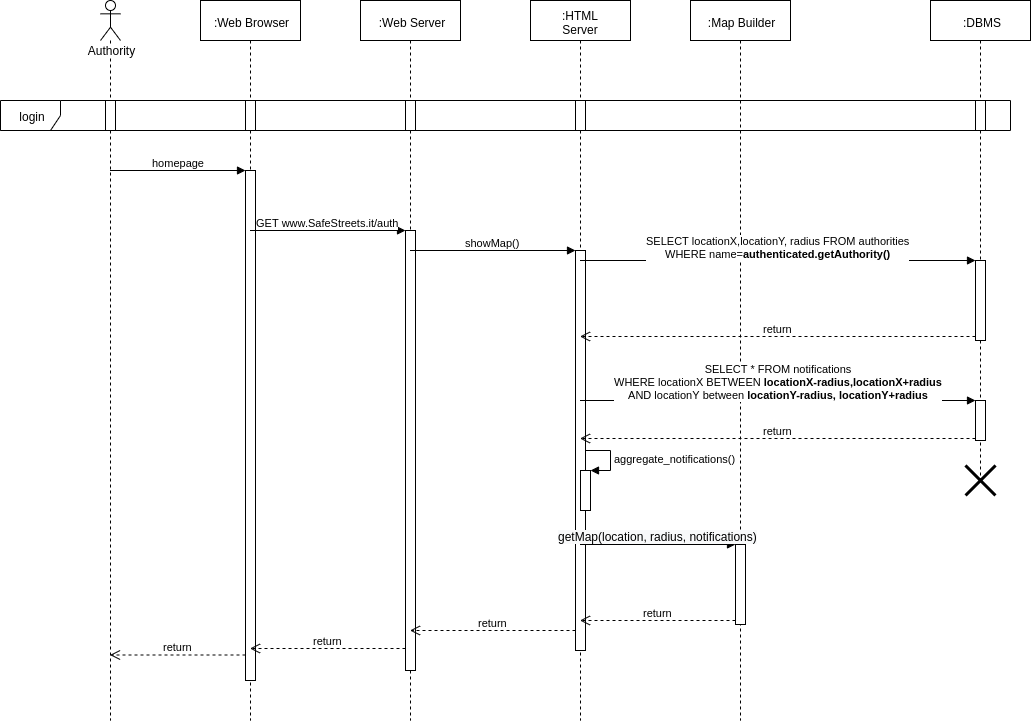
University-Projects-Secco/RahbariSecco keeps this draw.io diagram as DD/images/See_statistics_sequence_diagram.png. Above is the earlier version. Source tidied: cells renumbered, new cells last; positions are measured from the earlier drawing's top-left corner, leaving out a move shared by most shapes.
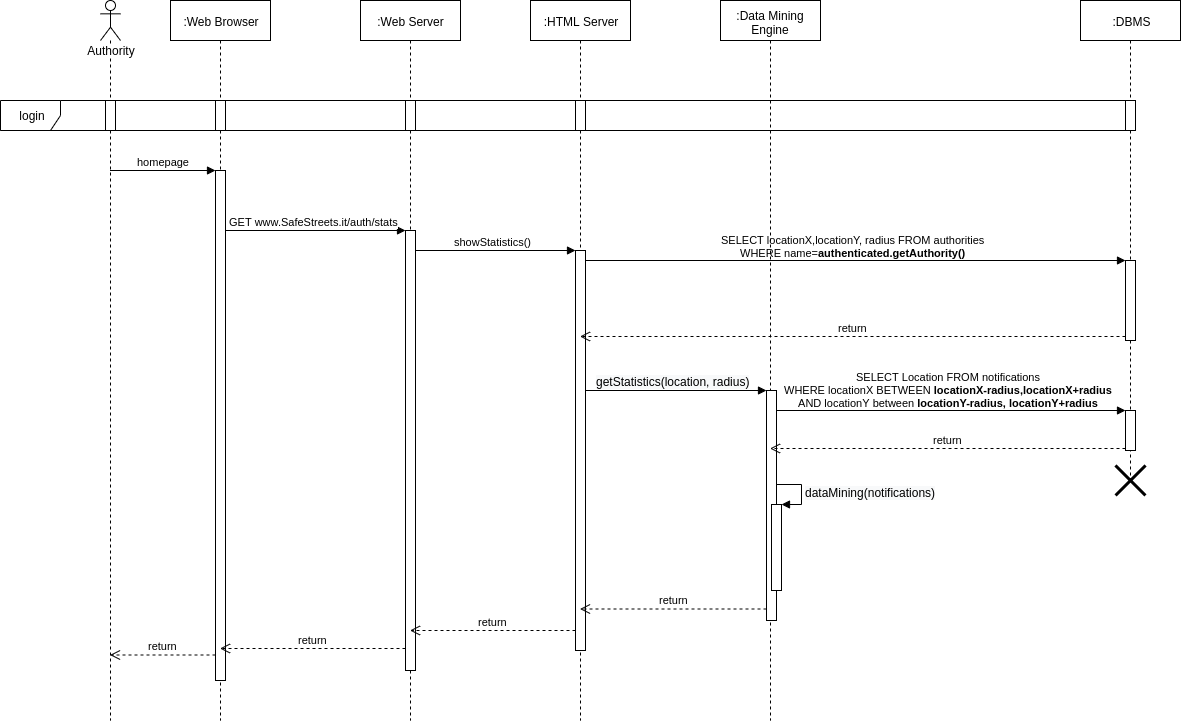
Later version of the same file.

Diff of the diagram source:
```diff
@@ -2,8 +2,25 @@
   <root>
     <mxCell id="0" />
     <mxCell id="1" parent="0" />
+    <mxCell id="20" value="GET www.SafeStreets.it/auth/stats" style="html=1;verticalAlign=bottom;endArrow=block;entryX=0;entryY=0;" parent="1" edge="1" source="15" target="7">
+      <mxGeometry relative="1" as="geometry" />
+    </mxCell>
+    <mxCell id="27" value="showStatistics()" style="html=1;verticalAlign=bottom;endArrow=block;entryX=0;entryY=0;" parent="1" edge="1" target="24">
+      <mxGeometry relative="1" as="geometry">
+        <mxPoint x="409.5" y="250" as="sourcePoint" />
+      </mxGeometry>
+    </mxCell>
+    <mxCell id="29" value="SELECT locationX,locationY, radius&amp;nbsp;FROM authorities&lt;br&gt;WHERE name=&lt;b&gt;authenticated.getAuthority()&lt;/b&gt;" style="html=1;verticalAlign=bottom;endArrow=block;entryX=0;entryY=0;" parent="1" edge="1" source="22" target="12">
+      <mxGeometry relative="1" as="geometry" />
+    </mxCell>
+    <mxCell id="33" value="&lt;span style=&quot;font-size: 12px ; text-align: left ; background-color: rgb(248 , 249 , 250)&quot;&gt;getStatistics(location, radius)&lt;/span&gt;" style="html=1;verticalAlign=bottom;endArrow=block;entryX=0;entryY=0;" parent="1" edge="1" source="22" target="9">
+      <mxGeometry relative="1" as="geometry" />
+    </mxCell>
+    <mxCell id="31" value="SELECT Location FROM notifications&lt;br&gt;WHERE locationX BETWEEN &lt;b&gt;locationX-radius,locationX+radius&lt;/b&gt;&lt;br&gt;AND locationY between&lt;b&gt; locationY-radius, locationY+radius&lt;br&gt;&lt;/b&gt;" style="html=1;verticalAlign=bottom;endArrow=block;entryX=0;entryY=0;" parent="1" edge="1" source="8" target="13">
+      <mxGeometry relative="1" as="geometry" />
+    </mxCell>
     <mxCell id="2" value="login" style="shape=umlFrame;whiteSpace=wrap;html=1;" parent="1" vertex="1">
-      <mxGeometry y="100" width="1010" height="30" as="geometry" />
+      <mxGeometry y="100" width="1130" height="30" as="geometry" />
     </mxCell>
     <mxCell id="3" value="Authority" style="shape=umlLifeline;participant=umlActor;perimeter=lifelinePerimeter;whiteSpace=wrap;html=1;verticalAlign=top;spacingTop=36;labelBackgroundColor=#ffffff;outlineConnect=0;" parent="1" vertex="1">
       <mxGeometry x="100" width="20" height="720" as="geometry" />
@@ -20,14 +37,25 @@
     <mxCell id="7" style="html=1;points=[];perimeter=orthogonalPerimeter;" parent="5" vertex="1">
       <mxGeometry x="45" y="230" width="10" height="440" as="geometry" />
     </mxCell>
-    <mxCell id="8" value=":Map Builder&lt;span style=&quot;color: rgba(0 , 0 , 0 , 0) ; font-family: monospace ; font-size: 0px ; white-space: nowrap&quot;&gt;%3CmxGraphModel%3E%3Croot%3E%3CmxCell%20id%3D%220%22%2F%3E%3CmxCell%20id%3D%221%22%20parent%3D%220%22%2F%3E%3CmxCell%20id%3D%222%22%20value%3D%22%3AHTML%20Server%22%20style%3D%22shape%3DumlLifeline%3Bperimeter%3DlifelinePerimeter%3BwhiteSpace%3Dwrap%3Bhtml%3D1%3Bcontainer%3D1%3Bcollapsible%3D0%3BrecursiveResize%3D0%3BoutlineConnect%3D0%3B%22%20vertex%3D%221%22%20parent%3D%221%22%3E%3CmxGeometry%20x%3D%22150%22%20y%3D%2240%22%20width%3D%22100%22%20height%3D%22300%22%20as%3D%22geometry%22%2F%3E%3C%2FmxCell%3E%3C%2Froot%3E%3C%2FmxGraphModel%3E&lt;/span&gt;" style="shape=umlLifeline;perimeter=lifelinePerimeter;whiteSpace=wrap;html=1;outlineConnect=0;" parent="1" vertex="1">
-      <mxGeometry x="690" width="100" height="720" as="geometry" />
+    <mxCell id="8" value=":Data Mining Engine" style="shape=umlLifeline;perimeter=lifelinePerimeter;whiteSpace=wrap;html=1;outlineConnect=0;" parent="1" vertex="1">
+      <mxGeometry x="720" width="100" height="720" as="geometry" />
     </mxCell>
     <mxCell id="9" style="html=1;points=[];perimeter=orthogonalPerimeter;" parent="8" vertex="1">
-      <mxGeometry x="45" y="544" width="10" height="80" as="geometry" />
+      <mxGeometry x="46" y="390" width="10" height="230" as="geometry" />
     </mxCell>
+    <mxCell id="35" style="html=1;points=[];perimeter=orthogonalPerimeter;" parent="8" vertex="1">
+      <mxGeometry x="51" y="504" width="10" height="86" as="geometry" />
+    </mxCell>
+    <mxCell id="36" value="&lt;span style=&quot;font-size: 12px ; text-align: center ; background-color: rgb(248 , 249 , 250)&quot;&gt;dataMining(notifications)&lt;/span&gt;" style="edgeStyle=orthogonalEdgeStyle;html=1;align=left;spacingLeft=2;endArrow=block;rounded=0;entryX=1;entryY=0;" parent="8" edge="1" target="35">
+      <mxGeometry relative="1" as="geometry">
+        <mxPoint x="56" y="484" as="sourcePoint" />
+        <Array as="points">
+          <mxPoint x="81" y="484" />
+        </Array>
+      </mxGeometry>
+    </mxCell>
     <mxCell id="10" value=":DBMS" style="shape=umlLifeline;perimeter=lifelinePerimeter;whiteSpace=wrap;html=1;" parent="1" vertex="1">
-      <mxGeometry x="930" width="100" height="480" as="geometry" />
+      <mxGeometry x="1080" width="100" height="480" as="geometry" />
     </mxCell>
     <mxCell id="11" style="html=1;perimeter=orthogonalPerimeter;" parent="10" vertex="1">
       <mxGeometry x="45" y="100" width="10" height="30" as="geometry" />
@@ -36,13 +64,13 @@
       <mxGeometry x="45" y="260" width="10" height="80" as="geometry" />
     </mxCell>
     <mxCell id="13" style="html=1;points=[];perimeter=orthogonalPerimeter;" parent="10" vertex="1">
-      <mxGeometry x="45" y="400" width="10" height="40" as="geometry" />
+      <mxGeometry x="45" y="410" width="10" height="40" as="geometry" />
     </mxCell>
     <mxCell id="14" style="shape=umlDestroy;whiteSpace=wrap;html=1;strokeWidth=3;" parent="10" vertex="1">
       <mxGeometry x="35" y="465" width="30" height="30" as="geometry" />
     </mxCell>
     <mxCell id="15" value=":Web Browser" style="shape=umlLifeline;perimeter=lifelinePerimeter;whiteSpace=wrap;html=1;outlineConnect=0;" parent="1" vertex="1">
-      <mxGeometry x="200" width="100" height="720" as="geometry" />
+      <mxGeometry x="170" width="100" height="720" as="geometry" />
     </mxCell>
     <mxCell id="16" style="html=1;perimeter=orthogonalPerimeter;" parent="15" vertex="1">
       <mxGeometry x="45" y="100" width="10" height="30" as="geometry" />
@@ -56,9 +84,6 @@
     <mxCell id="19" value="return" style="html=1;verticalAlign=bottom;endArrow=open;dashed=1;endSize=8;exitX=0;exitY=0.95;" parent="1" edge="1" source="17" target="3">
       <mxGeometry relative="1" as="geometry" />
     </mxCell>
-    <mxCell id="20" value="GET www.SafeStreets.it/auth" style="html=1;verticalAlign=bottom;endArrow=block;entryX=0;entryY=0;" parent="1" edge="1" source="15" target="7">
-      <mxGeometry relative="1" as="geometry" />
-    </mxCell>
     <mxCell id="21" value="return" style="html=1;verticalAlign=bottom;endArrow=open;dashed=1;endSize=8;exitX=0;exitY=0.95;" parent="1" edge="1" source="7" target="15">
       <mxGeometry relative="1" as="geometry" />
     </mxCell>
@@ -71,40 +96,15 @@
     <mxCell id="24" style="html=1;points=[];perimeter=orthogonalPerimeter;" parent="22" vertex="1">
       <mxGeometry x="45" y="250" width="10" height="400" as="geometry" />
     </mxCell>
-    <mxCell id="25" style="html=1;points=[];perimeter=orthogonalPerimeter;" parent="22" vertex="1">
-      <mxGeometry x="50" y="470" width="10" height="40" as="geometry" />
-    </mxCell>
-    <mxCell id="26" value="aggregate_notifications()" style="edgeStyle=orthogonalEdgeStyle;html=1;align=left;spacingLeft=2;endArrow=block;rounded=0;entryX=1;entryY=0;" parent="22" edge="1" target="25">
-      <mxGeometry relative="1" as="geometry">
-        <mxPoint x="55" y="450" as="sourcePoint" />
-        <Array as="points">
-          <mxPoint x="80" y="450" />
-        </Array>
-      </mxGeometry>
-    </mxCell>
-    <mxCell id="27" value="showMap()" style="html=1;verticalAlign=bottom;endArrow=block;entryX=0;entryY=0;" parent="1" edge="1" target="24">
-      <mxGeometry relative="1" as="geometry">
-        <mxPoint x="409.5" y="250" as="sourcePoint" />
-      </mxGeometry>
-    </mxCell>
     <mxCell id="28" value="return" style="html=1;verticalAlign=bottom;endArrow=open;dashed=1;endSize=8;exitX=0;exitY=0.95;" parent="1" edge="1" source="24" target="5">
       <mxGeometry relative="1" as="geometry" />
     </mxCell>
-    <mxCell id="29" value="SELECT locationX,locationY, radius&amp;nbsp;FROM authorities&lt;br&gt;WHERE name=&lt;b&gt;authenticated.getAuthority()&lt;/b&gt;" style="html=1;verticalAlign=bottom;endArrow=block;entryX=0;entryY=0;" parent="1" edge="1" source="22" target="12">
-      <mxGeometry relative="1" as="geometry" />
-    </mxCell>
     <mxCell id="30" value="return" style="html=1;verticalAlign=bottom;endArrow=open;dashed=1;endSize=8;exitX=0;exitY=0.95;" parent="1" edge="1" source="12" target="22">
       <mxGeometry relative="1" as="geometry" />
     </mxCell>
-    <mxCell id="31" value="SELECT * FROM notifications&lt;br&gt;WHERE locationX BETWEEN &lt;b&gt;locationX-radius,locationX+radius&lt;/b&gt;&lt;br&gt;AND locationY between&lt;b&gt; locationY-radius, locationY+radius&lt;br&gt;&lt;/b&gt;" style="html=1;verticalAlign=bottom;endArrow=block;entryX=0;entryY=0;" parent="1" edge="1" source="22" target="13">
-      <mxGeometry relative="1" as="geometry" />
-    </mxCell>
-    <mxCell id="32" value="return" style="html=1;verticalAlign=bottom;endArrow=open;dashed=1;endSize=8;exitX=0;exitY=0.95;" parent="1" edge="1" source="13" target="22">
+    <mxCell id="32" value="return" style="html=1;verticalAlign=bottom;endArrow=open;dashed=1;endSize=8;exitX=0;exitY=0.95;" parent="1" edge="1" source="13" target="8">
       <mxGeometry relative="1" as="geometry" />
     </mxCell>
-    <mxCell id="33" value="&lt;span style=&quot;font-size: 12px ; text-align: left ; background-color: rgb(248 , 249 , 250)&quot;&gt;getMap(location, radius, notifications)&lt;/span&gt;" style="html=1;verticalAlign=bottom;endArrow=block;entryX=0;entryY=0;" parent="1" edge="1" source="22" target="9">
-      <mxGeometry relative="1" as="geometry" />
-    </mxCell>
     <mxCell id="34" value="return" style="html=1;verticalAlign=bottom;endArrow=open;dashed=1;endSize=8;exitX=0;exitY=0.95;" parent="1" edge="1" source="9" target="22">
       <mxGeometry relative="1" as="geometry" />
     </mxCell>
```
